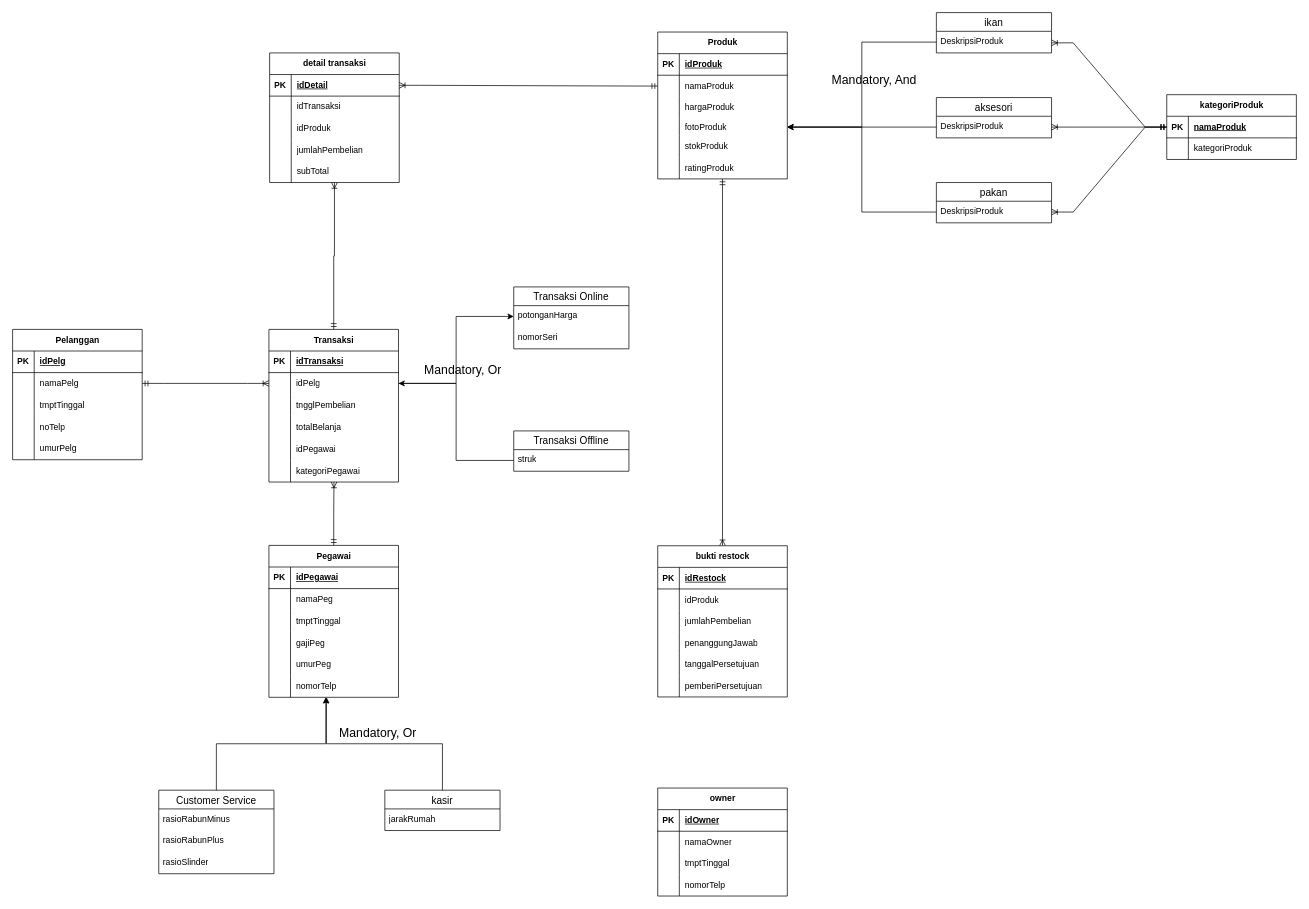
This is Diagram Tanpa Judul.drawio from shinoaaa/flowchartttz, a draw.io file, before an edit. Source tidied: cells renumbered, new cells numbered last; positions are measured from the earlier drawing's top-left corner, leaving out a move shared by most shapes. Both pictures are drawn from the tidied source at 72%, with x=0, y=0 at pixel (12, 12).
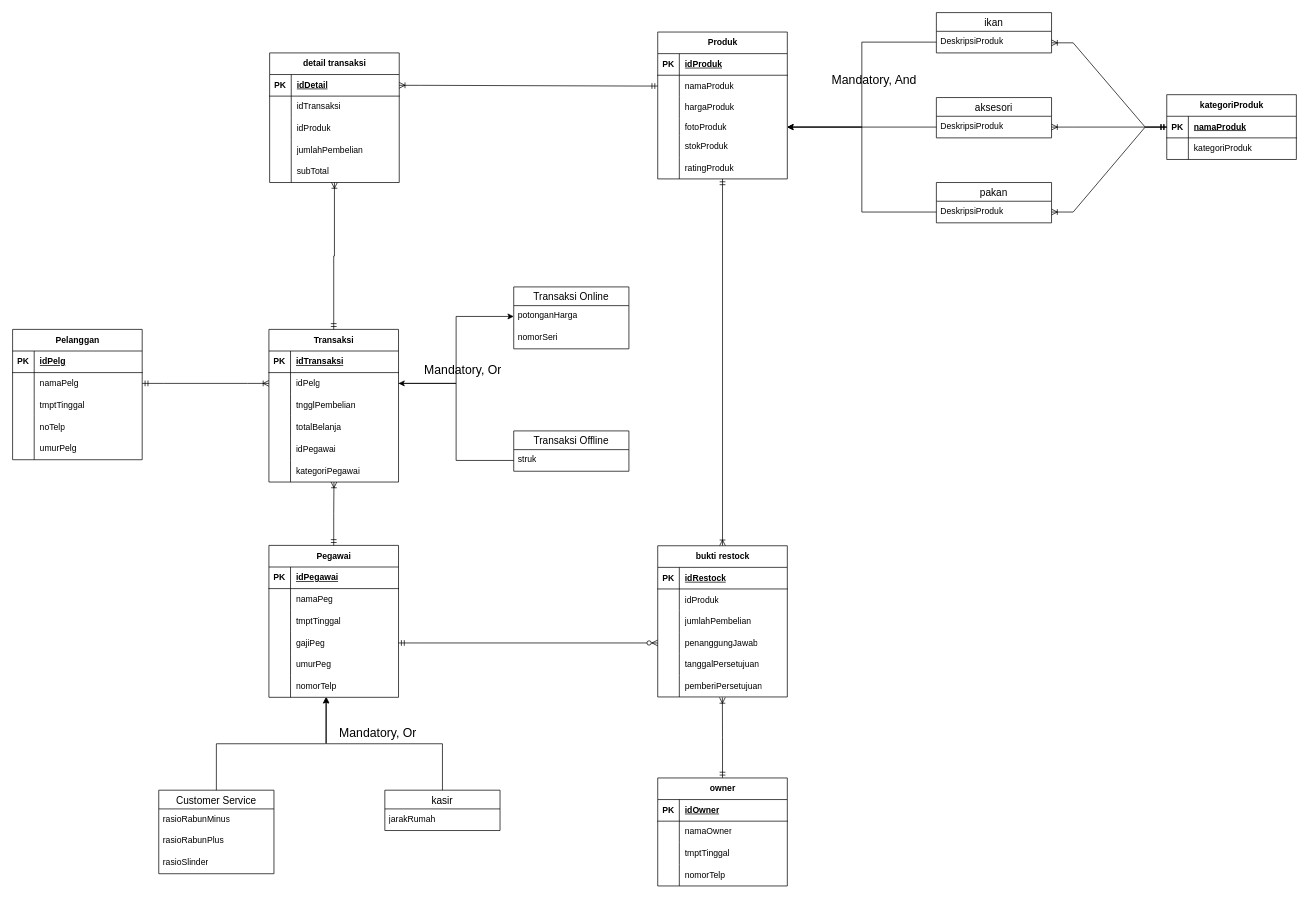
Above is the later version.

Unchanged cells that the change refers to:
```xml
<mxCell id="47" style="shape=tableRow;horizontal=0;startSize=0;swimlaneHead=0;swimlaneBody=0;fillColor=none;points=[[0,0.5],[1,0.5]];portConstraint=eastwest;top=0;left=0;right=0;bottom=0;" parent="37" vertex="1">
  <mxGeometry y="120" width="180" height="31" as="geometry" />
</mxCell>
<mxCell id="144" style="shape=tableRow;horizontal=0;startSize=0;swimlaneHead=0;swimlaneBody=0;fillColor=none;points=[[0,0.5],[1,0.5]];portConstraint=eastwest;top=0;left=0;right=0;bottom=0;" parent="134" vertex="1">
  <mxGeometry y="120" width="180" height="30" as="geometry" />
</mxCell>
<mxCell id="150" style="shape=tableRow;horizontal=0;startSize=0;swimlaneHead=0;swimlaneBody=0;fillColor=none;points=[[0,0.5],[1,0.5]];portConstraint=eastwest;top=0;left=0;right=0;bottom=0;" parent="134" vertex="1">
  <mxGeometry y="180" width="180" height="30" as="geometry" />
</mxCell>
```

Change to the diagram source:
```diff
@@
     <mxCell id="154" value="owner" style="shape=table;startSize=30;childLayout=tableLayout;rowLines=0;fontStyle=1;align=center;html=1;" parent="1" vertex="1">
-      <mxGeometry x="896" y="1077" width="180" height="150" as="geometry" />
+      <mxGeometry x="896" y="1063" width="180" height="150" as="geometry" />
     </mxCell>
@@
+    <mxCell id="167" style="edgeStyle=entityRelationEdgeStyle;fontSize=12;html=1;endArrow=ERzeroToMany;endFill=1;rounded=0;entryX=0;entryY=0.5;entryDx=0;entryDy=0;exitX=1;exitY=0.5;exitDx=0;exitDy=0;startArrow=ERmandOne;startFill=0;" parent="1" edge="1" source="47" target="144">
+      <mxGeometry relative="1" as="geometry" />
+    </mxCell>
+    <mxCell id="168" style="edgeStyle=orthogonalEdgeStyle;rounded=0;jettySize=auto;html=1;entryX=0.499;entryY=1.023;entryDx=0;entryDy=0;entryPerimeter=0;startArrow=ERmandOne;startFill=0;endArrow=ERoneToMany;endFill=0;" parent="1" edge="1" source="154" target="150">
+      <mxGeometry relative="1" as="geometry" />
+    </mxCell>
```
